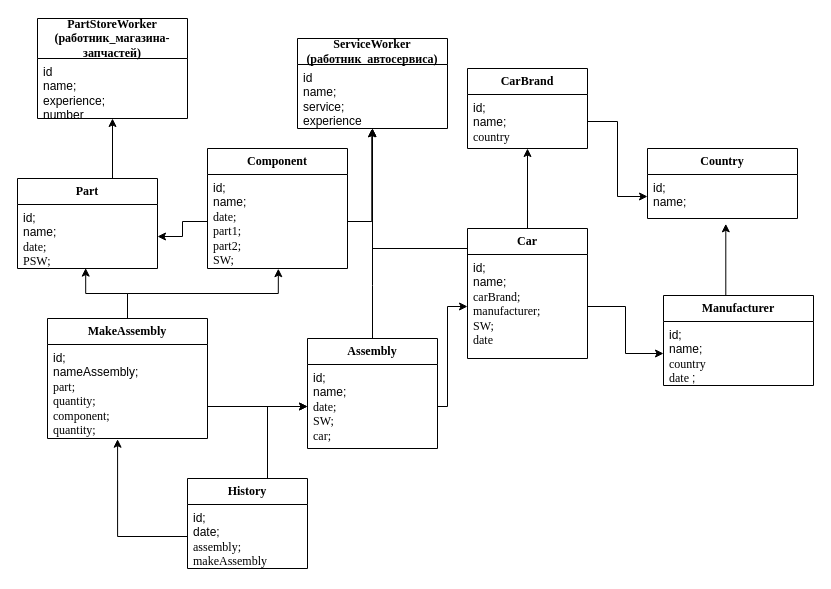
Before: KURSV_OOP.drawio in Akmaralakmaral/KURSV_OOP, a draw.io diagram. Source tidied: cells renumbered, new cells numbered last; positions are measured from the earlier drawing's top-left corner, leaving out a move shared by most shapes. Both pictures are drawn from the tidied source at 100%, with x=0, y=0 at pixel (17, 18).
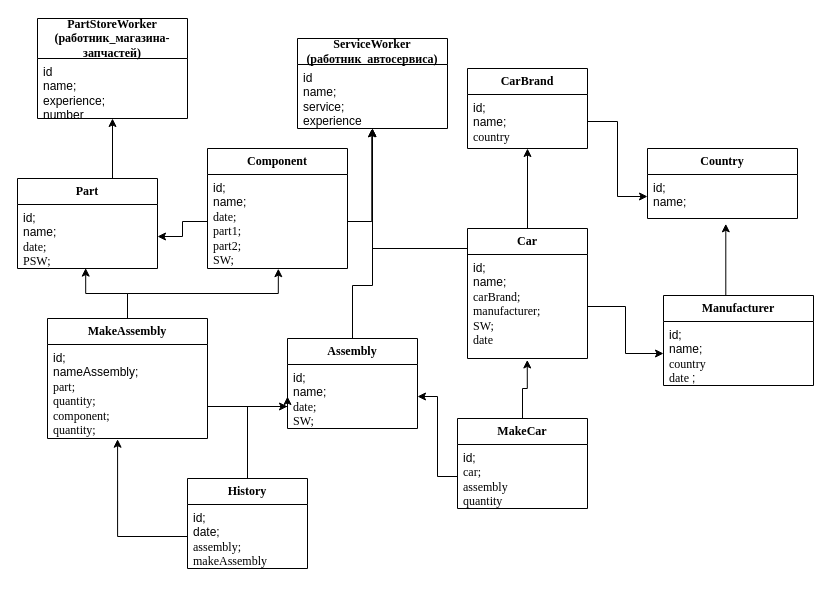
The same page after the edit.

Unchanged cells that the change refers to:
```xml
<mxCell id="5" value="&lt;b&gt;&lt;span style=&quot;line-height: 106% ; font-family: &amp;#34;times new roman&amp;#34; , serif&quot;&gt;&lt;font style=&quot;font-size: 12px&quot;&gt;ServiceWorker&lt;br&gt;(работник_автосервиса)&lt;br&gt;&lt;/font&gt;&lt;/span&gt;&lt;/b&gt;" style="swimlane;fontStyle=0;horizontal=1;startSize=26;fillColor=none;whiteSpace=wrap;html=1;" parent="1" vertex="1">
  <mxGeometry x="280" y="20" width="150" height="90" as="geometry" />
</mxCell>
<mxCell id="14" value="id;&lt;br&gt;name;&lt;br&gt;&lt;font&gt;&lt;font style=&quot;font-size: 12px&quot;&gt;&lt;span style=&quot;line-height: 106% ; font-family: &amp;#34;times new roman&amp;#34; , serif&quot;&gt;carBrand;&lt;/span&gt;&lt;/font&gt;&lt;span style=&quot;line-height: 106% ; font-family: &amp;#34;times new roman&amp;#34; , serif&quot;&gt;&lt;font style=&quot;font-size: 12px&quot;&gt;&lt;br&gt;&lt;span style=&quot;line-height: 106%&quot;&gt;manufacturer;&lt;br&gt;&lt;/span&gt;&lt;/font&gt;SW;&lt;br&gt;date&lt;br&gt;&lt;/span&gt;&lt;/font&gt;" style="text;strokeColor=none;fillColor=none;align=left;verticalAlign=top;spacingLeft=4;spacingRight=4;overflow=hidden;points=[[0,0.5],[1,0.5]];portConstraint=eastwest;whiteSpace=wrap;html=1;" parent="13" vertex="1">
  <mxGeometry y="26" width="120" height="104" as="geometry" />
</mxCell>
<mxCell id="29" value="&lt;b&gt;&lt;span style=&quot;line-height: 106% ; font-family: &amp;#34;times new roman&amp;#34; , serif&quot;&gt;&lt;font style=&quot;font-size: 12px&quot;&gt;History&lt;/font&gt;&lt;/span&gt;&lt;/b&gt;" style="swimlane;fontStyle=0;horizontal=1;startSize=26;fillColor=none;whiteSpace=wrap;html=1;" parent="1" vertex="1">
  <mxGeometry x="170" y="460" width="120" height="90" as="geometry" />
</mxCell>
```

Change to the diagram source:
```diff
@@
     <mxCell id="21" style="edgeStyle=orthogonalEdgeStyle;rounded=0;jettySize=auto;html=1;exitX=0.5;exitY=0;exitDx=0;exitDy=0;entryX=0.5;entryY=1;entryDx=0;entryDy=0;" parent="1" edge="1" source="22" target="5">
       <mxGeometry relative="1" as="geometry">
         <Array as="points">
+          <mxPoint x="335" y="267" />
           <mxPoint x="355" y="267" />
         </Array>
       </mxGeometry>
     </mxCell>
     <mxCell id="22" value="&lt;b&gt;&lt;span style=&quot;line-height: 106% ; font-family: &amp;#34;times new roman&amp;#34; , serif&quot;&gt;&lt;font style=&quot;font-size: 12px&quot;&gt;Assembly&lt;/font&gt;&lt;/span&gt;&lt;/b&gt;" style="swimlane;fontStyle=0;horizontal=1;startSize=26;fillColor=none;whiteSpace=wrap;html=1;" parent="1" vertex="1">
-      <mxGeometry x="290" y="320" width="130" height="110" as="geometry" />
+      <mxGeometry x="270" y="320" width="130" height="90" as="geometry" />
     </mxCell>
-    <mxCell id="23" value="&lt;font&gt;&lt;font&gt;&lt;font style=&quot;font-size: 12px&quot;&gt;id;&lt;br&gt;name;&lt;br&gt;&lt;/font&gt;&lt;/font&gt;&lt;span style=&quot;line-height: 106% ; font-family: &amp;#34;times new roman&amp;#34; , serif&quot;&gt;date;&lt;br&gt;SW;&lt;br&gt;car;&lt;br&gt;&lt;/span&gt;&lt;/font&gt;" style="text;strokeColor=none;fillColor=none;align=left;verticalAlign=top;spacingLeft=4;spacingRight=4;overflow=hidden;points=[[0,0.5],[1,0.5]];portConstraint=eastwest;whiteSpace=wrap;html=1;" parent="22" vertex="1">
-      <mxGeometry y="26" width="130" height="84" as="geometry" />
+    <mxCell id="23" value="&lt;font&gt;&lt;font&gt;&lt;font style=&quot;font-size: 12px&quot;&gt;id;&lt;br&gt;name;&lt;br&gt;&lt;/font&gt;&lt;/font&gt;&lt;span style=&quot;line-height: 106% ; font-family: &amp;#34;times new roman&amp;#34; , serif&quot;&gt;date;&lt;br&gt;SW;&lt;br&gt;&lt;/span&gt;&lt;/font&gt;" style="text;strokeColor=none;fillColor=none;align=left;verticalAlign=top;spacingLeft=4;spacingRight=4;overflow=hidden;points=[[0,0.5],[1,0.5]];portConstraint=eastwest;whiteSpace=wrap;html=1;" parent="22" vertex="1">
+      <mxGeometry y="26" width="130" height="64" as="geometry" />
     </mxCell>
@@
     <mxCell id="28" style="edgeStyle=orthogonalEdgeStyle;rounded=0;jettySize=auto;html=1;exitX=0.5;exitY=0;exitDx=0;exitDy=0;" parent="1" edge="1" source="29" target="23">
       <mxGeometry relative="1" as="geometry">
         <Array as="points">
-          <mxPoint x="250" y="388" />
+          <mxPoint x="230" y="388" />
         </Array>
       </mxGeometry>
     </mxCell>
@@
-    <mxCell id="33" style="edgeStyle=orthogonalEdgeStyle;rounded=0;jettySize=auto;html=1;exitX=1;exitY=0.5;exitDx=0;exitDy=0;entryX=0;entryY=0.5;entryDx=0;entryDy=0;" parent="1" edge="1" source="23" target="14">
-      <mxGeometry relative="1" as="geometry">
-        <Array as="points">
-          <mxPoint x="430" y="388" />
-          <mxPoint x="430" y="288" />
-        </Array>
-      </mxGeometry>
-    </mxCell>
@@
+    <mxCell id="39" style="edgeStyle=orthogonalEdgeStyle;rounded=0;jettySize=auto;html=1;exitX=0.5;exitY=0;exitDx=0;exitDy=0;entryX=0.498;entryY=1.014;entryDx=0;entryDy=0;entryPerimeter=0;" parent="1" edge="1" source="40" target="14">
+      <mxGeometry relative="1" as="geometry">
+        <Array as="points">
+          <mxPoint x="505" y="370" />
+          <mxPoint x="510" y="370" />
+          <mxPoint x="510" y="341" />
+        </Array>
+      </mxGeometry>
+    </mxCell>
+    <mxCell id="40" value="&lt;b&gt;&lt;span style=&quot;line-height: 106% ; font-family: &amp;#34;times new roman&amp;#34; , serif&quot;&gt;&lt;font style=&quot;font-size: 12px&quot;&gt;MakeCar&lt;/font&gt;&lt;/span&gt;&lt;/b&gt;" style="swimlane;fontStyle=0;horizontal=1;startSize=26;fillColor=none;whiteSpace=wrap;html=1;" parent="1" vertex="1">
+      <mxGeometry x="440" y="400" width="130" height="90" as="geometry" />
+    </mxCell>
+    <mxCell id="41" value="&lt;font&gt;&lt;font&gt;&lt;font style=&quot;font-size: 12px&quot;&gt;id;&lt;br&gt;&lt;/font&gt;&lt;/font&gt;&lt;span style=&quot;line-height: 106% ; font-family: &amp;#34;times new roman&amp;#34; , serif&quot;&gt;car;&lt;br&gt;assembly&lt;br&gt;quantity&lt;br&gt;&lt;/span&gt;&lt;/font&gt;" style="text;strokeColor=none;fillColor=none;align=left;verticalAlign=top;spacingLeft=4;spacingRight=4;overflow=hidden;points=[[0,0.5],[1,0.5]];portConstraint=eastwest;whiteSpace=wrap;html=1;" parent="40" vertex="1">
+      <mxGeometry y="26" width="130" height="64" as="geometry" />
+    </mxCell>
+    <mxCell id="42" style="edgeStyle=orthogonalEdgeStyle;rounded=0;jettySize=auto;html=1;" parent="1" edge="1" source="41" target="23">
+      <mxGeometry relative="1" as="geometry" />
+    </mxCell>
```
